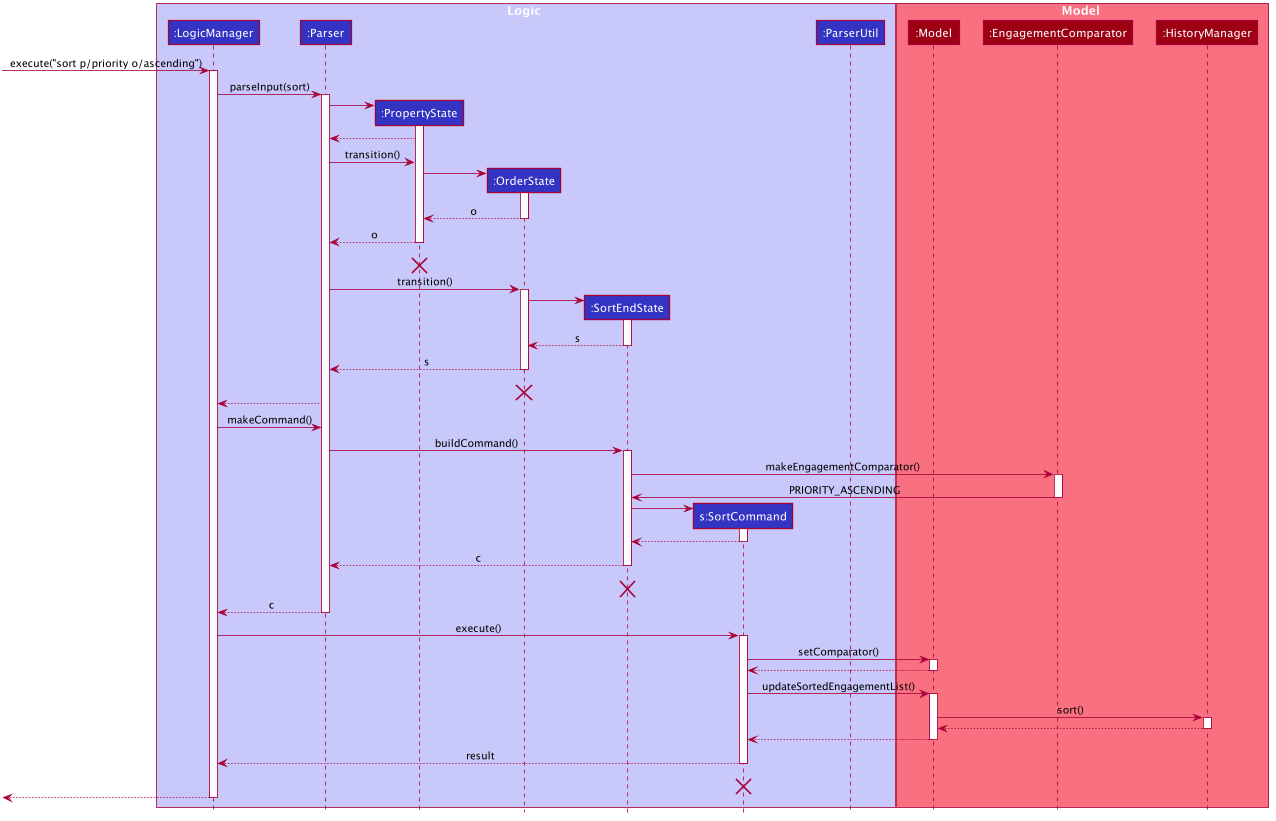
This is docs/images/SortSequenceDiagram.png from nus-cs2103-AY1920S1/addressbook-level3, a PlantUML export, as it was before one commit.
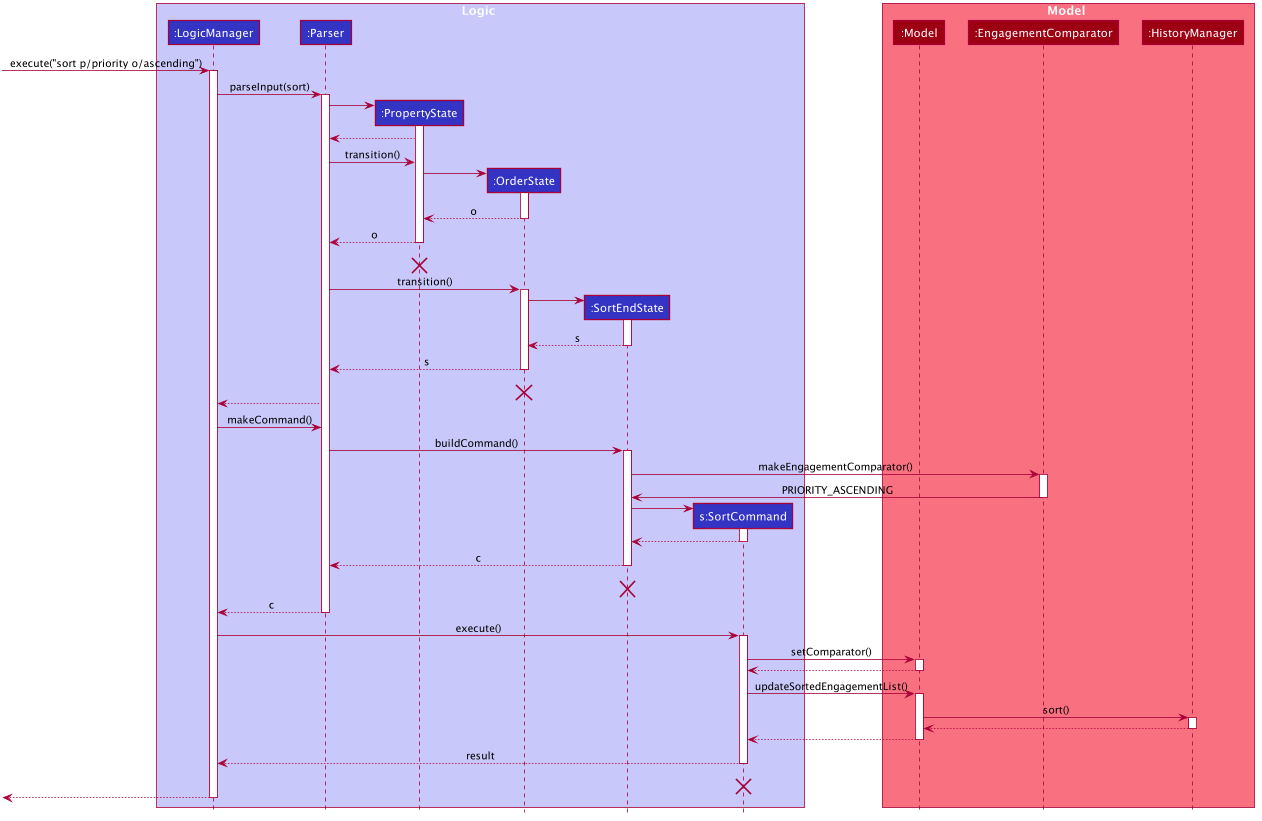
Later version of the same file.

Diff of the diagram source:
```diff
@@ -55,7 +55,6 @@
 participant ":OrderState" as OrderState #3333C4
 participant ":SortEndState" as SortEndState #3333C4
 participant "s:SortCommand" as SortCommand #3333C4
-participant ":ParserUtil" as ParserUtil #3333C4
 end box
 
 box Model #F97181
```
